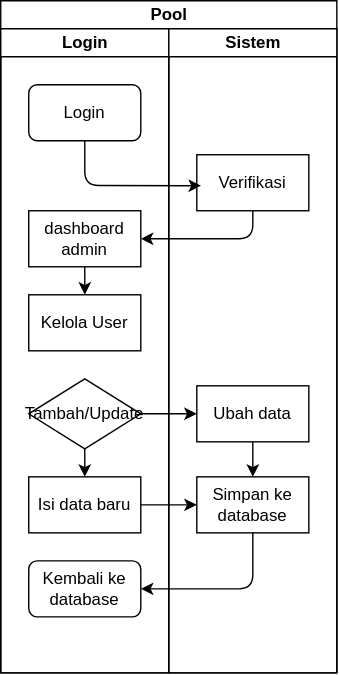
Earlier version of the draw.io export Docs/Activity_diagram.drawio.svg (SukaMCD/Aplikasi-Guru). Source tidied: cells renumbered, new cells last; positions are measured from the earlier drawing's top-left corner, leaving out a move shared by most shapes.
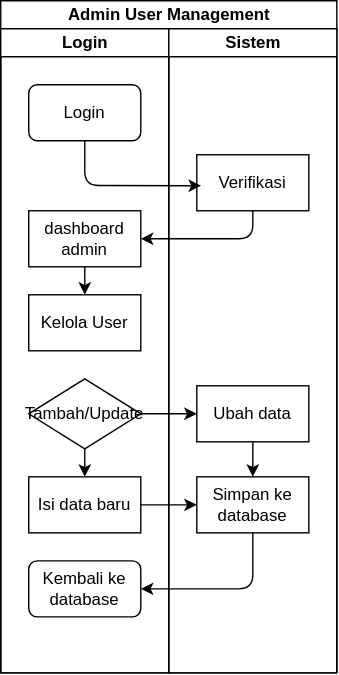
After the change.

What changed in the source:
```diff
@@ -2,7 +2,7 @@
   <root>
     <mxCell id="0" />
     <mxCell id="1" parent="0" />
-    <mxCell id="2" value="Pool" style="swimlane;startSize=20;html=1;strokeColor=light-dark(#000000,#000000);" parent="1" vertex="1">
+    <mxCell id="2" value="Admin User Management" style="swimlane;startSize=20;html=1;strokeColor=light-dark(#000000,#000000);" parent="1" vertex="1">
       <mxGeometry width="240" height="480" as="geometry" />
     </mxCell>
     <mxCell id="3" value="Login" style="swimlane;startSize=20;html=1;strokeColor=light-dark(#000000,#000000);" parent="2" vertex="1">
```
